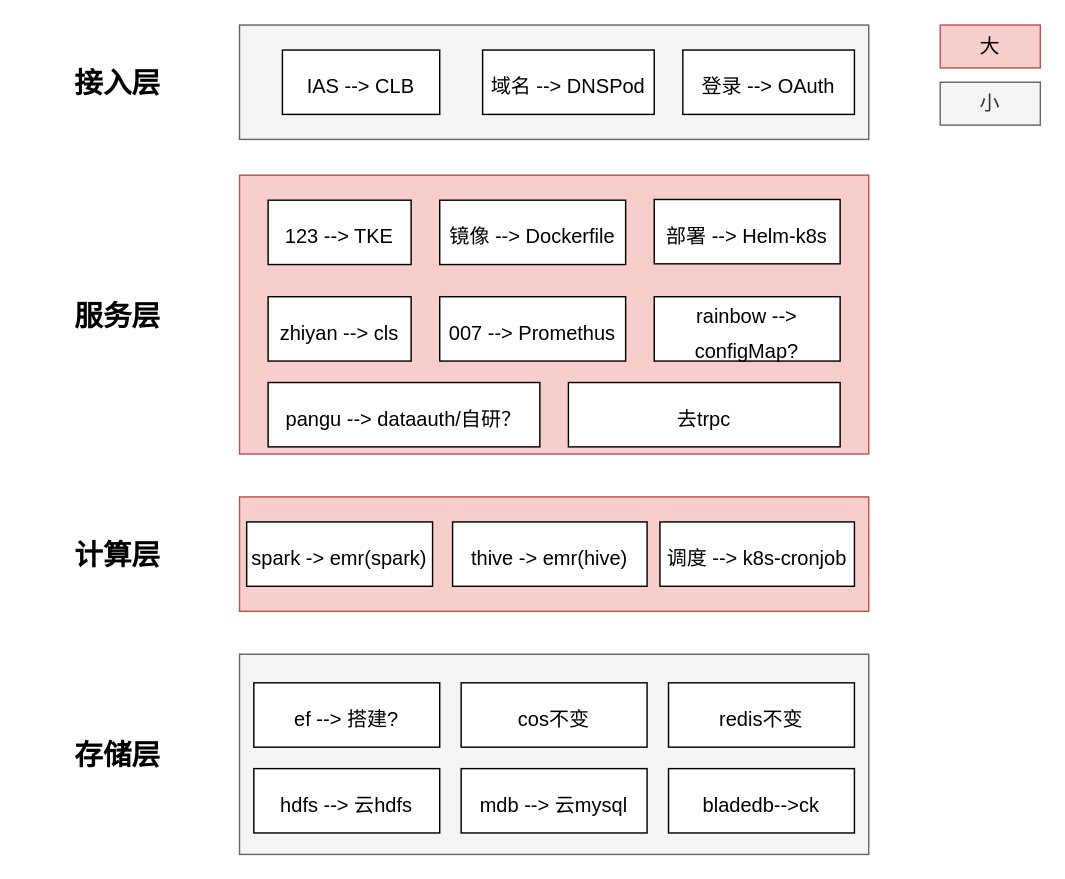
learn2Pro/draw_io_save keeps this draw.io diagram as tx-cloud-native.drawio. Above is the earlier version. Source tidied: cells renumbered, new cells numbered last; positions are measured from the earlier drawing's top-left corner, leaving out a move shared by most shapes. Both pictures are drawn from the tidied source at 143%, with x=0, y=0 at pixel (24, 24).
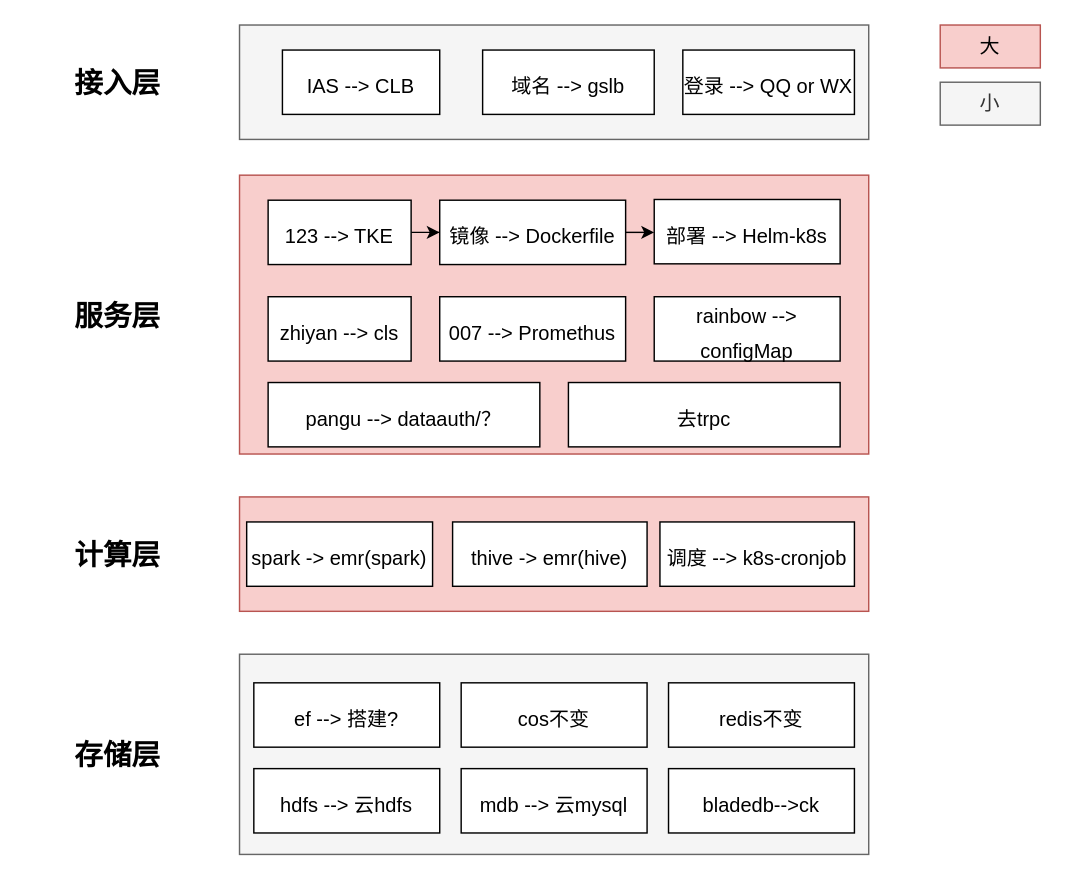
Above is the later version.

The change refers to these unchanged cells:
```xml
<mxCell id="8" value="&lt;font style=&quot;font-size: 14px;&quot; color=&quot;#000000&quot;&gt;123 --&amp;gt; TKE&lt;/font&gt;" style="rounded=0;whiteSpace=wrap;html=1;fontSize=20;fontColor=#FFCCCC;" parent="1" vertex="1">
  <mxGeometry x="170" y="122.5" width="100" height="45" as="geometry" />
</mxCell>
<mxCell id="9" value="&lt;font color=&quot;#000000&quot;&gt;&lt;span style=&quot;font-size: 14px;&quot;&gt;镜像 --&amp;gt; Dockerfile&lt;/span&gt;&lt;/font&gt;" style="rounded=0;whiteSpace=wrap;html=1;fontSize=20;fontColor=#FFCCCC;" parent="1" vertex="1">
  <mxGeometry x="290" y="122.5" width="130" height="45" as="geometry" />
</mxCell>
<mxCell id="10" value="&lt;font color=&quot;#000000&quot;&gt;&lt;span style=&quot;font-size: 14px;&quot;&gt;部署 --&amp;gt; Helm-k8s&lt;/span&gt;&lt;/font&gt;" style="rounded=0;whiteSpace=wrap;html=1;fontSize=20;fontColor=#FFCCCC;" parent="1" vertex="1">
  <mxGeometry x="440" y="122" width="130" height="45" as="geometry" />
</mxCell>
```

Change to the diagram source:
```diff
@@
-    <mxCell id="5" value="&lt;font style=&quot;font-size: 14px;&quot; color=&quot;#000000&quot;&gt;域名 --&amp;gt; DNSPod&lt;/font&gt;" style="rounded=0;whiteSpace=wrap;html=1;fontSize=20;fontColor=#FFCCCC;" parent="1" vertex="1">
+    <mxCell id="5" value="&lt;font style=&quot;font-size: 14px;&quot; color=&quot;#000000&quot;&gt;域名 --&amp;gt; gslb&lt;/font&gt;" style="rounded=0;whiteSpace=wrap;html=1;fontSize=20;fontColor=#FFCCCC;" parent="1" vertex="1">
       <mxGeometry x="320" y="17.5" width="120" height="45" as="geometry" />
     </mxCell>
@@
+    <mxCell id="32" style="edgeStyle=orthogonalEdgeStyle;rounded=0;jettySize=auto;html=1;fontSize=14;fontColor=#000000;" parent="1" edge="1" source="8" target="9">
+      <mxGeometry relative="1" as="geometry" />
+    </mxCell>
@@
+    <mxCell id="33" style="edgeStyle=orthogonalEdgeStyle;rounded=0;jettySize=auto;html=1;fontSize=14;fontColor=#000000;" parent="1" edge="1" source="9" target="10">
+      <mxGeometry relative="1" as="geometry" />
+    </mxCell>
@@
-    <mxCell id="13" value="&lt;font style=&quot;font-size: 14px;&quot; color=&quot;#000000&quot;&gt;rainbow --&amp;gt; configMap?&lt;/font&gt;" style="rounded=0;whiteSpace=wrap;html=1;fontSize=20;fontColor=#FFCCCC;" parent="1" vertex="1">
+    <mxCell id="13" value="&lt;font style=&quot;font-size: 14px;&quot; color=&quot;#000000&quot;&gt;rainbow --&amp;gt; configMap&lt;/font&gt;" style="rounded=0;whiteSpace=wrap;html=1;fontSize=20;fontColor=#FFCCCC;" parent="1" vertex="1">
       <mxGeometry x="440" y="190" width="130" height="45" as="geometry" />
     </mxCell>
@@
-    <mxCell id="18" value="&lt;font style=&quot;font-size: 14px;&quot; color=&quot;#000000&quot;&gt;pangu --&amp;gt; dataauth/自研？&lt;/font&gt;" style="rounded=0;whiteSpace=wrap;html=1;fontSize=20;fontColor=#FFCCCC;" parent="1" vertex="1">
+    <mxCell id="18" value="&lt;font style=&quot;font-size: 14px;&quot; color=&quot;#000000&quot;&gt;pangu --&amp;gt; dataauth/？&lt;/font&gt;" style="rounded=0;whiteSpace=wrap;html=1;fontSize=20;fontColor=#FFCCCC;" parent="1" vertex="1">
       <mxGeometry x="170" y="250" width="190" height="45" as="geometry" />
     </mxCell>
-    <mxCell id="19" value="&lt;font color=&quot;#000000&quot;&gt;&lt;span style=&quot;font-size: 14px;&quot;&gt;登录 --&amp;gt; OAuth&lt;/span&gt;&lt;/font&gt;" style="rounded=0;whiteSpace=wrap;html=1;fontSize=20;fontColor=#FFCCCC;" parent="1" vertex="1">
+    <mxCell id="19" value="&lt;font color=&quot;#000000&quot;&gt;&lt;span style=&quot;font-size: 14px;&quot;&gt;登录 --&amp;gt; QQ or WX&lt;/span&gt;&lt;/font&gt;" style="rounded=0;whiteSpace=wrap;html=1;fontSize=20;fontColor=#FFCCCC;" parent="1" vertex="1">
       <mxGeometry x="460" y="17.5" width="120" height="45" as="geometry" />
     </mxCell>
```
